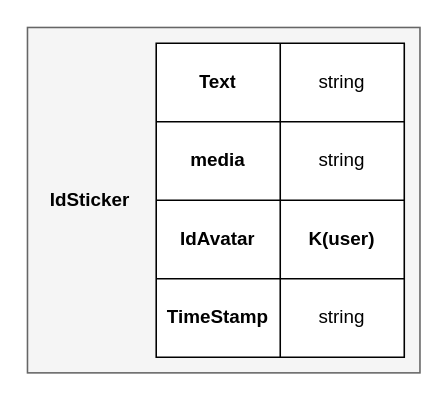
This is NoAM/collection-sticker.drawio from Antonet99/noSQL-Snapchat, a draw.io file, before an edit. Source tidied: cells renumbered, new cells numbered last; positions are measured from the earlier drawing's top-left corner, leaving out a move shared by most shapes. Both pictures are drawn from the tidied source at 157%, with x=0, y=0 at pixel (27, 27).
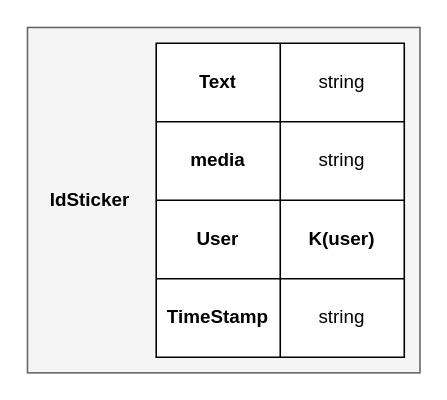
The same diagram, later.

Diff of the diagram source:
```diff
@@
 <mxGraphModel>
   <root>
     <mxCell id="0" />
     <mxCell id="1" parent="0" />
     <mxCell id="2" style="rounded=0;whiteSpace=wrap;html=1;fillColor=#f5f5f5;fontColor=#333333;strokeColor=#666666;" parent="1" vertex="1">
       <mxGeometry width="250" height="220" as="geometry" />
     </mxCell>
     <mxCell id="3" value="&lt;b&gt;IdSticker&lt;/b&gt;" style="text;html=1;strokeColor=none;fillColor=none;align=center;verticalAlign=middle;whiteSpace=wrap;rounded=0;" parent="1" vertex="1">
       <mxGeometry x="10" y="95" width="60" height="30" as="geometry" />
     </mxCell>
     <mxCell id="4" style="shape=table;startSize=0;childLayout=tableLayout;" parent="1" vertex="1">
       <mxGeometry x="82" y="10" width="158" height="200" as="geometry" />
     </mxCell>
     <mxCell id="5" style="shape=tableRow;horizontal=0;startSize=0;swimlaneHead=0;swimlaneBody=0;strokeColor=inherit;top=0;left=0;bottom=0;right=0;fillColor=none;" parent="4" vertex="1">
       <mxGeometry width="158" height="50" as="geometry" />
     </mxCell>
     <mxCell id="6" value="&lt;b&gt;Text&lt;/b&gt;" style="shape=partialRectangle;html=1;whiteSpace=wrap;strokeColor=inherit;overflow=hidden;fillColor=none;top=0;left=0;bottom=0;right=0;" parent="5" vertex="1">
       <mxGeometry width="79" height="50" as="geometry" />
     </mxCell>
     <mxCell id="7" value="string" style="shape=partialRectangle;html=1;whiteSpace=wrap;strokeColor=inherit;overflow=hidden;fillColor=none;top=0;left=0;bottom=0;right=0;" parent="5" vertex="1">
       <mxGeometry x="79" width="79" height="50" as="geometry" />
     </mxCell>
     <mxCell id="8" style="shape=tableRow;horizontal=0;startSize=0;swimlaneHead=0;swimlaneBody=0;strokeColor=inherit;top=0;left=0;bottom=0;right=0;fillColor=none;" parent="4" vertex="1">
       <mxGeometry y="50" width="158" height="50" as="geometry" />
     </mxCell>
     <mxCell id="9" value="&lt;b&gt;media&lt;/b&gt;" style="shape=partialRectangle;html=1;whiteSpace=wrap;strokeColor=inherit;overflow=hidden;fillColor=none;top=0;left=0;bottom=0;right=0;" parent="8" vertex="1">
       <mxGeometry width="79" height="50" as="geometry" />
     </mxCell>
     <mxCell id="10" value="string" style="shape=partialRectangle;html=1;whiteSpace=wrap;strokeColor=inherit;overflow=hidden;fillColor=none;top=0;left=0;bottom=0;right=0;" parent="8" vertex="1">
       <mxGeometry x="79" width="79" height="50" as="geometry" />
     </mxCell>
     <mxCell id="11" style="shape=tableRow;horizontal=0;startSize=0;swimlaneHead=0;swimlaneBody=0;strokeColor=inherit;top=0;left=0;bottom=0;right=0;fillColor=none;" parent="4" vertex="1">
       <mxGeometry y="100" width="158" height="50" as="geometry" />
     </mxCell>
-    <mxCell id="12" value="&lt;b&gt;IdAvatar&lt;/b&gt;" style="shape=partialRectangle;html=1;whiteSpace=wrap;strokeColor=inherit;overflow=hidden;fillColor=none;top=0;left=0;bottom=0;right=0;" parent="11" vertex="1">
+    <mxCell id="12" value="&lt;b&gt;User&lt;/b&gt;" style="shape=partialRectangle;html=1;whiteSpace=wrap;strokeColor=inherit;overflow=hidden;fillColor=none;top=0;left=0;bottom=0;right=0;" parent="11" vertex="1">
       <mxGeometry width="79" height="50" as="geometry" />
     </mxCell>
     <mxCell id="13" value="&lt;b&gt;K(user)&lt;/b&gt;" style="shape=partialRectangle;html=1;whiteSpace=wrap;strokeColor=inherit;overflow=hidden;fillColor=none;top=0;left=0;bottom=0;right=0;" parent="11" vertex="1">
       <mxGeometry x="79" width="79" height="50" as="geometry" />
     </mxCell>
     <mxCell id="14" style="shape=tableRow;horizontal=0;startSize=0;swimlaneHead=0;swimlaneBody=0;strokeColor=inherit;top=0;left=0;bottom=0;right=0;fillColor=none;" parent="4" vertex="1">
       <mxGeometry y="150" width="158" height="50" as="geometry" />
     </mxCell>
     <mxCell id="15" value="&lt;b&gt;TimeStamp&lt;/b&gt;" style="shape=partialRectangle;html=1;whiteSpace=wrap;strokeColor=inherit;overflow=hidden;fillColor=none;top=0;left=0;bottom=0;right=0;" parent="14" vertex="1">
       <mxGeometry width="79" height="50" as="geometry" />
     </mxCell>
     <mxCell id="16" value="string" style="shape=partialRectangle;html=1;whiteSpace=wrap;strokeColor=inherit;overflow=hidden;fillColor=none;top=0;left=0;bottom=0;right=0;" parent="14" vertex="1">
       <mxGeometry x="79" width="79" height="50" as="geometry" />
     </mxCell>
   </root>
 </mxGraphModel>
```
